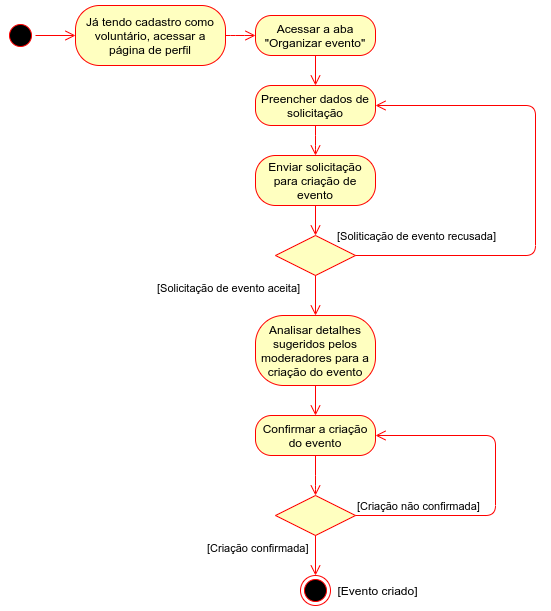
The draw.io diagram docs/images/atividades_criar_eventos.png in UnBArqDsw2021-1/2021.1_G3_PetStop_docs, before a commit. Source tidied: cells renumbered, new cells last; positions are measured from the earlier drawing's top-left corner, leaving out a move shared by most shapes. Its diagram source:
```xml
<mxGraphModel>
  <root>
    <mxCell id="0" />
    <mxCell id="1" parent="0" />
    <mxCell id="2" style="ellipse;html=1;shape=startState;fillColor=#000000;strokeColor=#ff0000;" parent="1" vertex="1">
      <mxGeometry y="15" width="30" height="30" as="geometry" />
    </mxCell>
    <mxCell id="3" style="edgeStyle=orthogonalEdgeStyle;html=1;verticalAlign=bottom;endArrow=open;endSize=8;strokeColor=#ff0000;" parent="1" edge="1" source="2">
      <mxGeometry relative="1" as="geometry">
        <mxPoint x="70" y="30" as="targetPoint" />
        <Array as="points">
          <mxPoint x="70" y="30" />
        </Array>
      </mxGeometry>
    </mxCell>
    <mxCell id="4" value="Já tendo cadastro como voluntário, acessar a página de perfil" style="rounded=1;whiteSpace=wrap;html=1;arcSize=40;fontColor=#000000;fillColor=#ffffc0;strokeColor=#ff0000;" parent="1" vertex="1">
      <mxGeometry x="70" width="150" height="60" as="geometry" />
    </mxCell>
    <mxCell id="5" style="edgeStyle=orthogonalEdgeStyle;html=1;verticalAlign=bottom;endArrow=open;endSize=8;strokeColor=#ff0000;" parent="1" edge="1" source="4">
      <mxGeometry relative="1" as="geometry">
        <mxPoint x="250" y="30" as="targetPoint" />
        <Array as="points">
          <mxPoint x="230" y="30" />
          <mxPoint x="230" y="30" />
        </Array>
      </mxGeometry>
    </mxCell>
    <mxCell id="6" value="Acessar a aba &quot;Organizar evento&quot;" style="rounded=1;whiteSpace=wrap;html=1;arcSize=40;fontColor=#000000;fillColor=#ffffc0;strokeColor=#ff0000;" parent="1" vertex="1">
      <mxGeometry x="250" y="10" width="120" height="40" as="geometry" />
    </mxCell>
    <mxCell id="7" style="edgeStyle=orthogonalEdgeStyle;html=1;verticalAlign=bottom;endArrow=open;endSize=8;strokeColor=#ff0000;" parent="1" edge="1" source="6">
      <mxGeometry relative="1" as="geometry">
        <mxPoint x="310" y="80" as="targetPoint" />
      </mxGeometry>
    </mxCell>
    <mxCell id="8" value="Preencher dados de solicitação" style="rounded=1;whiteSpace=wrap;html=1;arcSize=40;fontColor=#000000;fillColor=#ffffc0;strokeColor=#ff0000;" parent="1" vertex="1">
      <mxGeometry x="250" y="80" width="120" height="40" as="geometry" />
    </mxCell>
    <mxCell id="9" style="edgeStyle=orthogonalEdgeStyle;html=1;verticalAlign=bottom;endArrow=open;endSize=8;strokeColor=#ff0000;" parent="1" edge="1" source="8">
      <mxGeometry relative="1" as="geometry">
        <mxPoint x="310" y="150" as="targetPoint" />
        <Array as="points">
          <mxPoint x="310" y="140" />
          <mxPoint x="310" y="140" />
        </Array>
      </mxGeometry>
    </mxCell>
    <mxCell id="10" value="Enviar solicitação para criação de evento" style="rounded=1;whiteSpace=wrap;html=1;arcSize=40;fontColor=#000000;fillColor=#ffffc0;strokeColor=#ff0000;" parent="1" vertex="1">
      <mxGeometry x="250" y="150" width="120" height="50" as="geometry" />
    </mxCell>
    <mxCell id="11" style="edgeStyle=orthogonalEdgeStyle;html=1;verticalAlign=bottom;endArrow=open;endSize=8;strokeColor=#ff0000;" parent="1" edge="1" source="10">
      <mxGeometry relative="1" as="geometry">
        <mxPoint x="310" y="230" as="targetPoint" />
      </mxGeometry>
    </mxCell>
    <mxCell id="12" style="rhombus;whiteSpace=wrap;html=1;fillColor=#ffffc0;strokeColor=#ff0000;" parent="1" vertex="1">
      <mxGeometry x="270" y="230" width="80" height="40" as="geometry" />
    </mxCell>
    <mxCell id="13" value="[Soliticação de evento recusada]" style="edgeStyle=orthogonalEdgeStyle;html=1;align=left;verticalAlign=bottom;endArrow=open;endSize=8;strokeColor=#ff0000;entryX=1;entryY=0.5;entryDx=0;entryDy=0;" parent="1" edge="1" source="12" target="8">
      <mxGeometry x="-1" y="22" relative="1" as="geometry">
        <Array as="points">
          <mxPoint x="530" y="250" />
          <mxPoint x="530" y="100" />
        </Array>
        <mxPoint x="-20" y="12" as="offset" />
      </mxGeometry>
    </mxCell>
    <mxCell id="14" value="[Solicitação de evento aceita]" style="edgeStyle=orthogonalEdgeStyle;html=1;align=left;verticalAlign=top;endArrow=open;endSize=8;strokeColor=#ff0000;entryX=0.5;entryY=0;entryDx=0;entryDy=0;" parent="1" edge="1" source="12" target="15">
      <mxGeometry x="-1" y="-160" relative="1" as="geometry" />
    </mxCell>
    <mxCell id="15" value="Analisar detalhes sugeridos pelos moderadores para a criação do evento" style="rounded=1;whiteSpace=wrap;html=1;arcSize=40;fontColor=#000000;fillColor=#ffffc0;strokeColor=#ff0000;" parent="1" vertex="1">
      <mxGeometry x="250" y="310" width="120" height="70" as="geometry" />
    </mxCell>
    <mxCell id="16" style="edgeStyle=orthogonalEdgeStyle;html=1;verticalAlign=bottom;endArrow=open;endSize=8;strokeColor=#ff0000;" parent="1" edge="1" source="15">
      <mxGeometry relative="1" as="geometry">
        <mxPoint x="310" y="410" as="targetPoint" />
        <Array as="points">
          <mxPoint x="310" y="410" />
          <mxPoint x="310" y="410" />
        </Array>
      </mxGeometry>
    </mxCell>
    <mxCell id="17" value="Confirmar a criação do evento" style="rounded=1;whiteSpace=wrap;html=1;arcSize=40;fontColor=#000000;fillColor=#ffffc0;strokeColor=#ff0000;" parent="1" vertex="1">
      <mxGeometry x="250" y="410" width="120" height="40" as="geometry" />
    </mxCell>
    <mxCell id="18" style="edgeStyle=orthogonalEdgeStyle;html=1;verticalAlign=bottom;endArrow=open;endSize=8;strokeColor=#ff0000;" parent="1" edge="1" source="17">
      <mxGeometry relative="1" as="geometry">
        <mxPoint x="310" y="490" as="targetPoint" />
        <Array as="points">
          <mxPoint x="310" y="480" />
          <mxPoint x="310" y="480" />
        </Array>
      </mxGeometry>
    </mxCell>
    <mxCell id="19" style="rhombus;whiteSpace=wrap;html=1;fillColor=#ffffc0;strokeColor=#ff0000;" parent="1" vertex="1">
      <mxGeometry x="270" y="490" width="80" height="40" as="geometry" />
    </mxCell>
    <mxCell id="20" value="[Criação não confirmada]" style="edgeStyle=orthogonalEdgeStyle;html=1;align=left;verticalAlign=bottom;endArrow=open;endSize=8;strokeColor=#ff0000;entryX=1;entryY=0.5;entryDx=0;entryDy=0;" parent="1" edge="1" source="19" target="17">
      <mxGeometry x="-1" relative="1" as="geometry">
        <Array as="points">
          <mxPoint x="490" y="510" />
          <mxPoint x="490" y="430" />
        </Array>
      </mxGeometry>
    </mxCell>
    <mxCell id="21" value="[Criação confirmada]" style="edgeStyle=orthogonalEdgeStyle;html=1;align=left;verticalAlign=top;endArrow=open;endSize=8;strokeColor=#ff0000;" parent="1" edge="1" source="19">
      <mxGeometry x="-1" y="-110" relative="1" as="geometry">
        <mxPoint x="310" y="570" as="targetPoint" />
      </mxGeometry>
    </mxCell>
    <mxCell id="22" style="ellipse;html=1;shape=endState;fillColor=#000000;strokeColor=#ff0000;" parent="1" vertex="1">
      <mxGeometry x="295" y="570" width="30" height="30" as="geometry" />
    </mxCell>
    <mxCell id="23" value="[Evento criado]" style="text;html=1;strokeColor=none;fillColor=none;align=center;verticalAlign=middle;whiteSpace=wrap;rounded=0;" parent="1" vertex="1">
      <mxGeometry x="325" y="575" width="95" height="20" as="geometry" />
    </mxCell>
  </root>
</mxGraphModel>
```
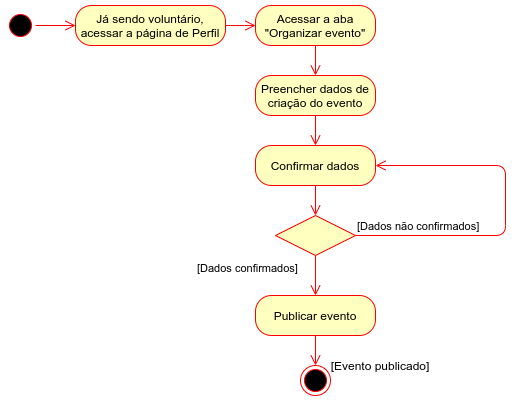
Later version of the same file.

Commit message:
Atualizaçao no fluxo de criar evento

Diff of the diagram source:
```diff
@@ -13,8 +13,8 @@
         </Array>
       </mxGeometry>
     </mxCell>
-    <mxCell id="4" value="Já tendo cadastro como voluntário, acessar a página de perfil" style="rounded=1;whiteSpace=wrap;html=1;arcSize=40;fontColor=#000000;fillColor=#ffffc0;strokeColor=#ff0000;" parent="1" vertex="1">
-      <mxGeometry x="70" width="150" height="60" as="geometry" />
+    <mxCell id="4" value="Já sendo voluntário, acessar a página de Perfil" style="rounded=1;whiteSpace=wrap;html=1;arcSize=40;fontColor=#000000;fillColor=#ffffc0;strokeColor=#ff0000;" parent="1" vertex="1">
+      <mxGeometry x="70" y="10" width="150" height="40" as="geometry" />
     </mxCell>
     <mxCell id="5" style="edgeStyle=orthogonalEdgeStyle;html=1;verticalAlign=bottom;endArrow=open;endSize=8;strokeColor=#ff0000;" parent="1" edge="1" source="4">
       <mxGeometry relative="1" as="geometry">
@@ -33,86 +33,49 @@
         <mxPoint x="310" y="80" as="targetPoint" />
       </mxGeometry>
     </mxCell>
-    <mxCell id="8" value="Preencher dados de solicitação" style="rounded=1;whiteSpace=wrap;html=1;arcSize=40;fontColor=#000000;fillColor=#ffffc0;strokeColor=#ff0000;" parent="1" vertex="1">
-      <mxGeometry x="250" y="80" width="120" height="40" as="geometry" />
-    </mxCell>
-    <mxCell id="9" style="edgeStyle=orthogonalEdgeStyle;html=1;verticalAlign=bottom;endArrow=open;endSize=8;strokeColor=#ff0000;" parent="1" edge="1" source="8">
-      <mxGeometry relative="1" as="geometry">
-        <mxPoint x="310" y="150" as="targetPoint" />
-        <Array as="points">
-          <mxPoint x="310" y="140" />
-          <mxPoint x="310" y="140" />
-        </Array>
-      </mxGeometry>
-    </mxCell>
-    <mxCell id="10" value="Enviar solicitação para criação de evento" style="rounded=1;whiteSpace=wrap;html=1;arcSize=40;fontColor=#000000;fillColor=#ffffc0;strokeColor=#ff0000;" parent="1" vertex="1">
-      <mxGeometry x="250" y="150" width="120" height="50" as="geometry" />
-    </mxCell>
-    <mxCell id="11" style="edgeStyle=orthogonalEdgeStyle;html=1;verticalAlign=bottom;endArrow=open;endSize=8;strokeColor=#ff0000;" parent="1" edge="1" source="10">
-      <mxGeometry relative="1" as="geometry">
-        <mxPoint x="310" y="230" as="targetPoint" />
-      </mxGeometry>
-    </mxCell>
-    <mxCell id="12" style="rhombus;whiteSpace=wrap;html=1;fillColor=#ffffc0;strokeColor=#ff0000;" parent="1" vertex="1">
-      <mxGeometry x="270" y="230" width="80" height="40" as="geometry" />
-    </mxCell>
-    <mxCell id="13" value="[Soliticação de evento recusada]" style="edgeStyle=orthogonalEdgeStyle;html=1;align=left;verticalAlign=bottom;endArrow=open;endSize=8;strokeColor=#ff0000;entryX=1;entryY=0.5;entryDx=0;entryDy=0;" parent="1" edge="1" source="12" target="8">
-      <mxGeometry x="-1" y="22" relative="1" as="geometry">
-        <Array as="points">
-          <mxPoint x="530" y="250" />
-          <mxPoint x="530" y="100" />
-        </Array>
-        <mxPoint x="-20" y="12" as="offset" />
-      </mxGeometry>
-    </mxCell>
-    <mxCell id="14" value="[Solicitação de evento aceita]" style="edgeStyle=orthogonalEdgeStyle;html=1;align=left;verticalAlign=top;endArrow=open;endSize=8;strokeColor=#ff0000;entryX=0.5;entryY=0;entryDx=0;entryDy=0;" parent="1" edge="1" source="12" target="15">
-      <mxGeometry x="-1" y="-160" relative="1" as="geometry" />
-    </mxCell>
-    <mxCell id="15" value="Analisar detalhes sugeridos pelos moderadores para a criação do evento" style="rounded=1;whiteSpace=wrap;html=1;arcSize=40;fontColor=#000000;fillColor=#ffffc0;strokeColor=#ff0000;" parent="1" vertex="1">
-      <mxGeometry x="250" y="310" width="120" height="70" as="geometry" />
-    </mxCell>
-    <mxCell id="16" style="edgeStyle=orthogonalEdgeStyle;html=1;verticalAlign=bottom;endArrow=open;endSize=8;strokeColor=#ff0000;" parent="1" edge="1" source="15">
-      <mxGeometry relative="1" as="geometry">
-        <mxPoint x="310" y="410" as="targetPoint" />
-        <Array as="points">
-          <mxPoint x="310" y="410" />
-          <mxPoint x="310" y="410" />
-        </Array>
-      </mxGeometry>
-    </mxCell>
-    <mxCell id="17" value="Confirmar a criação do evento" style="rounded=1;whiteSpace=wrap;html=1;arcSize=40;fontColor=#000000;fillColor=#ffffc0;strokeColor=#ff0000;" parent="1" vertex="1">
-      <mxGeometry x="250" y="410" width="120" height="40" as="geometry" />
-    </mxCell>
-    <mxCell id="18" style="edgeStyle=orthogonalEdgeStyle;html=1;verticalAlign=bottom;endArrow=open;endSize=8;strokeColor=#ff0000;" parent="1" edge="1" source="17">
-      <mxGeometry relative="1" as="geometry">
-        <mxPoint x="310" y="490" as="targetPoint" />
-        <Array as="points">
-          <mxPoint x="310" y="480" />
-          <mxPoint x="310" y="480" />
-        </Array>
-      </mxGeometry>
-    </mxCell>
-    <mxCell id="19" style="rhombus;whiteSpace=wrap;html=1;fillColor=#ffffc0;strokeColor=#ff0000;" parent="1" vertex="1">
-      <mxGeometry x="270" y="490" width="80" height="40" as="geometry" />
-    </mxCell>
-    <mxCell id="20" value="[Criação não confirmada]" style="edgeStyle=orthogonalEdgeStyle;html=1;align=left;verticalAlign=bottom;endArrow=open;endSize=8;strokeColor=#ff0000;entryX=1;entryY=0.5;entryDx=0;entryDy=0;" parent="1" edge="1" source="19" target="17">
-      <mxGeometry x="-1" relative="1" as="geometry">
-        <Array as="points">
-          <mxPoint x="490" y="510" />
-          <mxPoint x="490" y="430" />
-        </Array>
-      </mxGeometry>
-    </mxCell>
-    <mxCell id="21" value="[Criação confirmada]" style="edgeStyle=orthogonalEdgeStyle;html=1;align=left;verticalAlign=top;endArrow=open;endSize=8;strokeColor=#ff0000;" parent="1" edge="1" source="19">
-      <mxGeometry x="-1" y="-110" relative="1" as="geometry">
-        <mxPoint x="310" y="570" as="targetPoint" />
-      </mxGeometry>
-    </mxCell>
-    <mxCell id="22" style="ellipse;html=1;shape=endState;fillColor=#000000;strokeColor=#ff0000;" parent="1" vertex="1">
-      <mxGeometry x="295" y="570" width="30" height="30" as="geometry" />
-    </mxCell>
-    <mxCell id="23" value="[Evento criado]" style="text;html=1;strokeColor=none;fillColor=none;align=center;verticalAlign=middle;whiteSpace=wrap;rounded=0;" parent="1" vertex="1">
-      <mxGeometry x="325" y="575" width="95" height="20" as="geometry" />
-    </mxCell>
+    <mxCell id="24" value="Preencher dados de criação do evento" style="rounded=1;whiteSpace=wrap;html=1;arcSize=40;fontColor=#000000;fillColor=#ffffc0;strokeColor=#ff0000;" parent="1" vertex="1">
+      <mxGeometry x="250" y="80" width="120" height="40" as="geometry" />
+    </mxCell>
+    <mxCell id="25" style="edgeStyle=orthogonalEdgeStyle;html=1;verticalAlign=bottom;endArrow=open;endSize=8;strokeColor=#ff0000;" parent="1" edge="1" source="24">
+      <mxGeometry relative="1" as="geometry">
+        <mxPoint x="310" y="150" as="targetPoint" />
+      </mxGeometry>
+    </mxCell>
+    <mxCell id="26" value="Confirmar dados" style="rounded=1;whiteSpace=wrap;html=1;arcSize=40;fontColor=#000000;fillColor=#ffffc0;strokeColor=#ff0000;" parent="1" vertex="1">
+      <mxGeometry x="250" y="150" width="120" height="40" as="geometry" />
+    </mxCell>
+    <mxCell id="27" style="edgeStyle=orthogonalEdgeStyle;html=1;verticalAlign=bottom;endArrow=open;endSize=8;strokeColor=#ff0000;" parent="1" edge="1" source="26">
+      <mxGeometry relative="1" as="geometry">
+        <mxPoint x="310" y="220" as="targetPoint" />
+      </mxGeometry>
+    </mxCell>
+    <mxCell id="28" value="Publicar evento" style="rounded=1;whiteSpace=wrap;html=1;arcSize=40;fontColor=#000000;fillColor=#ffffc0;strokeColor=#ff0000;" parent="1" vertex="1">
+      <mxGeometry x="250" y="300" width="120" height="40" as="geometry" />
+    </mxCell>
+    <mxCell id="29" style="edgeStyle=orthogonalEdgeStyle;html=1;verticalAlign=bottom;endArrow=open;endSize=8;strokeColor=#ff0000;" parent="1" edge="1" source="28">
+      <mxGeometry relative="1" as="geometry">
+        <mxPoint x="310" y="370" as="targetPoint" />
+      </mxGeometry>
+    </mxCell>
+    <mxCell id="30" style="rhombus;whiteSpace=wrap;html=1;fillColor=#ffffc0;strokeColor=#ff0000;" parent="1" vertex="1">
+      <mxGeometry x="270" y="220" width="80" height="40" as="geometry" />
+    </mxCell>
+    <mxCell id="31" value="[Dados não confirmados]" style="edgeStyle=orthogonalEdgeStyle;html=1;align=left;verticalAlign=bottom;endArrow=open;endSize=8;strokeColor=#ff0000;entryX=1;entryY=0.5;entryDx=0;entryDy=0;" parent="1" edge="1" source="30" target="26">
+      <mxGeometry x="-1" relative="1" as="geometry">
+        <Array as="points">
+          <mxPoint x="500" y="240" />
+          <mxPoint x="500" y="170" />
+        </Array>
+      </mxGeometry>
+    </mxCell>
+    <mxCell id="32" value="[Dados confirmados]" style="edgeStyle=orthogonalEdgeStyle;html=1;align=left;verticalAlign=top;endArrow=open;endSize=8;strokeColor=#ff0000;entryX=0.5;entryY=0;entryDx=0;entryDy=0;" parent="1" edge="1" source="30" target="28">
+      <mxGeometry x="-1" y="-120" relative="1" as="geometry" />
+    </mxCell>
+    <mxCell id="33" style="ellipse;html=1;shape=endState;fillColor=#000000;strokeColor=#ff0000;" parent="1" vertex="1">
+      <mxGeometry x="295" y="370" width="30" height="30" as="geometry" />
+    </mxCell>
+    <mxCell id="34" value="[Evento publicado]" style="text;html=1;strokeColor=none;fillColor=none;align=center;verticalAlign=middle;whiteSpace=wrap;rounded=0;" parent="1" vertex="1">
+      <mxGeometry x="315" y="360" width="120" height="20" as="geometry" />
+    </mxCell>
   </root>
 </mxGraphModel>
```
